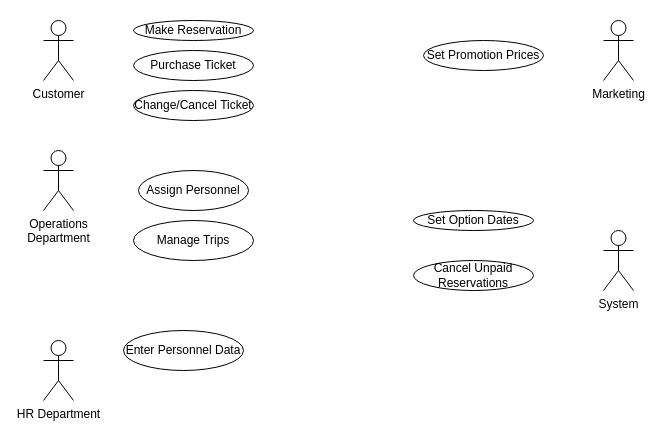
Above: Untitled Diagram.drawio in VinaiRamadhin/COMP2606A1 (draw.io), before the change. Source tidied: cells renumbered, new cells numbered last; positions are measured from the earlier drawing's top-left corner, leaving out a move shared by most shapes. Both pictures are drawn from the tidied source at 100%, with x=0, y=0 at pixel (43, 20).
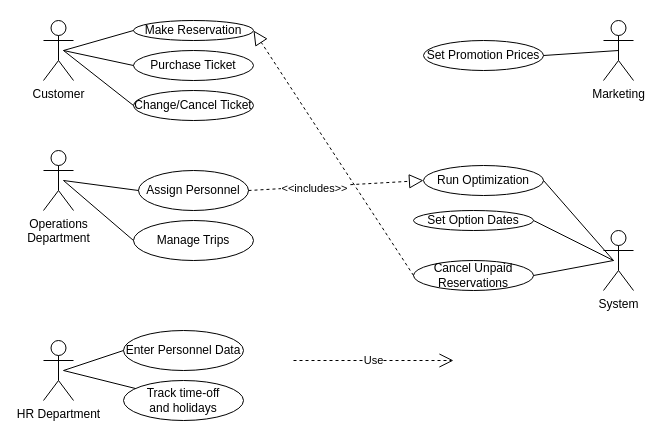
The same diagram, later.

Unchanged cells that the change refers to:
```xml
<mxCell id="6" value="Marketing" style="shape=umlActor;verticalLabelPosition=bottom;verticalAlign=top;html=1;" parent="1" vertex="1">
  <mxGeometry x="560" width="30" height="60" as="geometry" />
</mxCell>
<mxCell id="7" value="Make Reservation" style="ellipse;whiteSpace=wrap;html=1;" parent="1" vertex="1">
  <mxGeometry x="90" width="120" height="20" as="geometry" />
</mxCell>
<mxCell id="8" value="Purchase Ticket" style="ellipse;whiteSpace=wrap;html=1;" parent="1" vertex="1">
  <mxGeometry x="90" y="30" width="120" height="30" as="geometry" />
</mxCell>
<mxCell id="9" value="Change/Cancel Ticket" style="ellipse;whiteSpace=wrap;html=1;" parent="1" vertex="1">
  <mxGeometry x="90" y="70" width="120" height="30" as="geometry" />
</mxCell>
<mxCell id="10" value="Set Promotion Prices" style="ellipse;whiteSpace=wrap;html=1;" parent="1" vertex="1">
  <mxGeometry x="380" y="20" width="120" height="30" as="geometry" />
</mxCell>
<mxCell id="11" value="Manage Trips" style="ellipse;whiteSpace=wrap;html=1;" parent="1" vertex="1">
  <mxGeometry x="90" y="200" width="120" height="40" as="geometry" />
</mxCell>
<mxCell id="12" value="Enter Personnel Data" style="ellipse;whiteSpace=wrap;html=1;" parent="1" vertex="1">
  <mxGeometry x="80" y="310" width="120" height="40" as="geometry" />
</mxCell>
<mxCell id="13" value="Assign Personnel" style="ellipse;whiteSpace=wrap;html=1;" parent="1" vertex="1">
  <mxGeometry x="95" y="150" width="110" height="40" as="geometry" />
</mxCell>
<mxCell id="14" value="Set Option Dates" style="ellipse;whiteSpace=wrap;html=1;" parent="1" vertex="1">
  <mxGeometry x="370" y="190" width="120" height="20" as="geometry" />
</mxCell>
<mxCell id="15" value="Cancel Unpaid Reservations" style="ellipse;whiteSpace=wrap;html=1;" parent="1" vertex="1">
  <mxGeometry x="370" y="240" width="120" height="30" as="geometry" />
</mxCell>
```

Diff of the diagram source:
```diff
@@
+    <mxCell id="16" value="Track time-off&lt;div&gt;and holidays&lt;/div&gt;" style="ellipse;whiteSpace=wrap;html=1;" parent="1" vertex="1">
+      <mxGeometry x="80" y="360" width="120" height="40" as="geometry" />
+    </mxCell>
+    <mxCell id="17" style="endArrow=none;html=1;rounded=0;entryX=0;entryY=0.5;entryDx=0;entryDy=0;exitX=0;exitY=0.5;exitDx=0;exitDy=0;" parent="1" edge="1" source="8" target="7">
+      <mxGeometry relative="1" as="geometry">
+        <Array as="points">
+          <mxPoint x="20" y="30" />
+        </Array>
+      </mxGeometry>
+    </mxCell>
+    <mxCell id="18" style="endArrow=none;html=1;rounded=0;exitX=0;exitY=0.5;exitDx=0;exitDy=0;" parent="1" edge="1" source="9">
+      <mxGeometry relative="1" as="geometry">
+        <mxPoint x="20" y="30" as="targetPoint" />
+      </mxGeometry>
+    </mxCell>
+    <mxCell id="19" style="endArrow=none;html=1;rounded=0;exitX=0;exitY=0.5;exitDx=0;exitDy=0;entryX=0;entryY=0.5;entryDx=0;entryDy=0;" parent="1" edge="1" source="11" target="13">
+      <mxGeometry relative="1" as="geometry">
+        <Array as="points">
+          <mxPoint x="20" y="160" />
+        </Array>
+      </mxGeometry>
+    </mxCell>
+    <mxCell id="20" style="endArrow=none;html=1;rounded=0;entryX=0;entryY=0.5;entryDx=0;entryDy=0;" parent="1" edge="1" source="16" target="12">
+      <mxGeometry relative="1" as="geometry">
+        <Array as="points">
+          <mxPoint x="20" y="350" />
+        </Array>
+      </mxGeometry>
+    </mxCell>
+    <mxCell id="21" style="endArrow=none;html=1;rounded=0;entryX=0.5;entryY=0.5;entryDx=0;entryDy=0;entryPerimeter=0;exitX=1;exitY=0.5;exitDx=0;exitDy=0;" parent="1" edge="1" source="10" target="6">
+      <mxGeometry relative="1" as="geometry" />
+    </mxCell>
+    <mxCell id="22" style="endArrow=none;html=1;rounded=0;entryX=1;entryY=0.5;entryDx=0;entryDy=0;exitX=1;exitY=0.5;exitDx=0;exitDy=0;" parent="1" edge="1" source="15" target="14">
+      <mxGeometry relative="1" as="geometry">
+        <Array as="points">
+          <mxPoint x="570" y="240" />
+        </Array>
+      </mxGeometry>
+    </mxCell>
+    <mxCell id="23" value="Run Optimization" style="ellipse;whiteSpace=wrap;html=1;" parent="1" vertex="1">
+      <mxGeometry x="380" y="145" width="120" height="30" as="geometry" />
+    </mxCell>
+    <mxCell id="24" style="endArrow=none;html=1;rounded=0;exitX=1;exitY=0.5;exitDx=0;exitDy=0;" parent="1" edge="1" source="23">
+      <mxGeometry relative="1" as="geometry">
+        <mxPoint x="570" y="240" as="targetPoint" />
+      </mxGeometry>
+    </mxCell>
+    <mxCell id="25" style="endArrow=block;dashed=1;endFill=0;endSize=12;html=1;rounded=0;exitX=1;exitY=0.5;exitDx=0;exitDy=0;entryX=0;entryY=0.5;entryDx=0;entryDy=0;" parent="1" edge="1" source="13" target="23">
+      <mxGeometry relative="1" as="geometry" />
+    </mxCell>
+    <mxCell id="26" value="&amp;lt;&amp;lt;includes&amp;gt;&amp;gt;" style="edgeLabel;html=1;align=center;verticalAlign=middle;" parent="25" vertex="1">
+      <mxGeometry x="-0.25" y="-1" relative="1" as="geometry" />
+    </mxCell>
+    <mxCell id="27" style="endArrow=block;dashed=1;endFill=0;endSize=12;html=1;rounded=0;exitX=0;exitY=0.5;exitDx=0;exitDy=0;entryX=1;entryY=0.5;entryDx=0;entryDy=0;" parent="1" edge="1" source="15" target="7">
+      <mxGeometry relative="1" as="geometry" />
+    </mxCell>
+    <mxCell id="28" value="Use" style="endArrow=open;endSize=12;dashed=1;html=1;rounded=0;" parent="1" edge="1">
+      <mxGeometry relative="1" as="geometry">
+        <mxPoint x="250" y="340" as="sourcePoint" />
+        <mxPoint x="410" y="340" as="targetPoint" />
+      </mxGeometry>
+    </mxCell>
```
